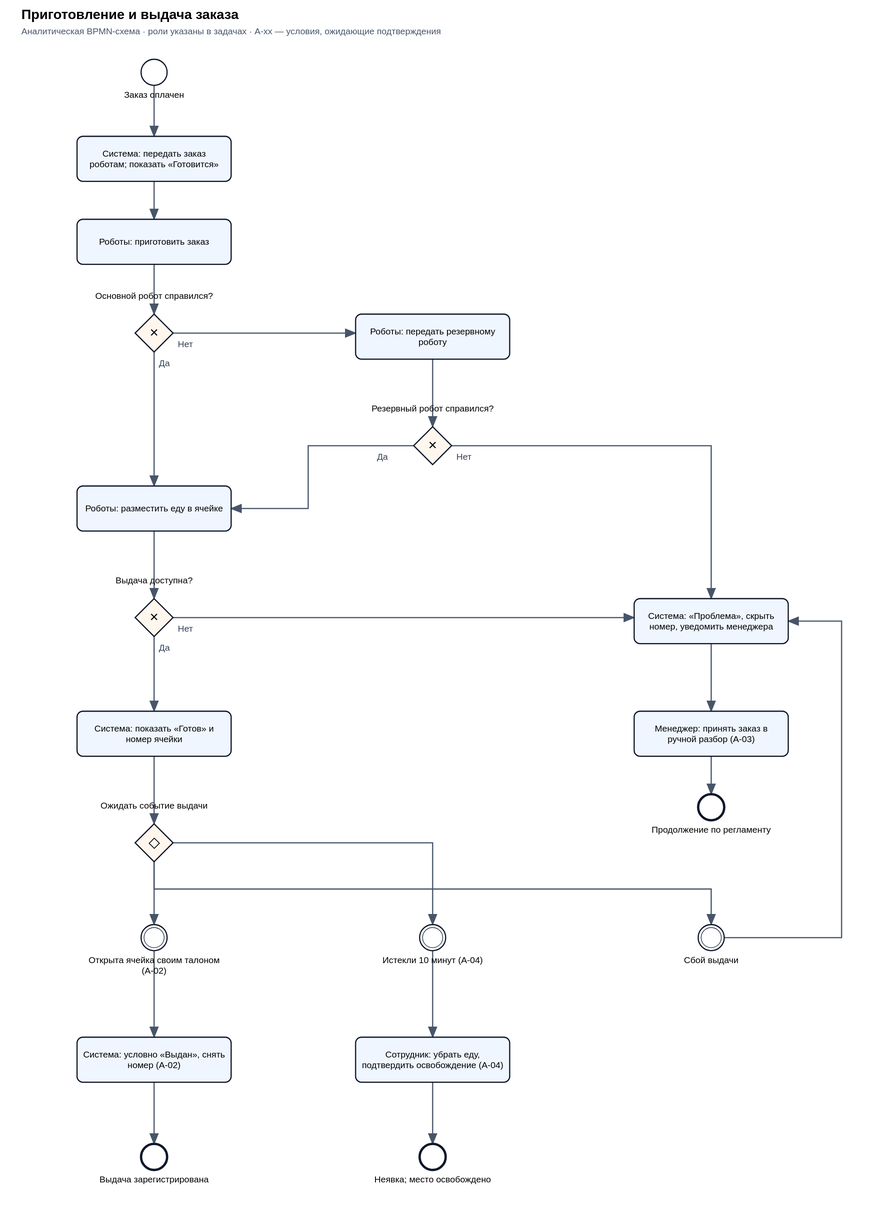
Above: docs/project/documentation/assets/bpmn-fulfillment.svg in n-leo-leo/restaurant-order-board (BPMN), before the change. Its source is kept beside it as docs/project/documentation/assets/bpmn-fulfillment.bpmn. Ids are renumbered.
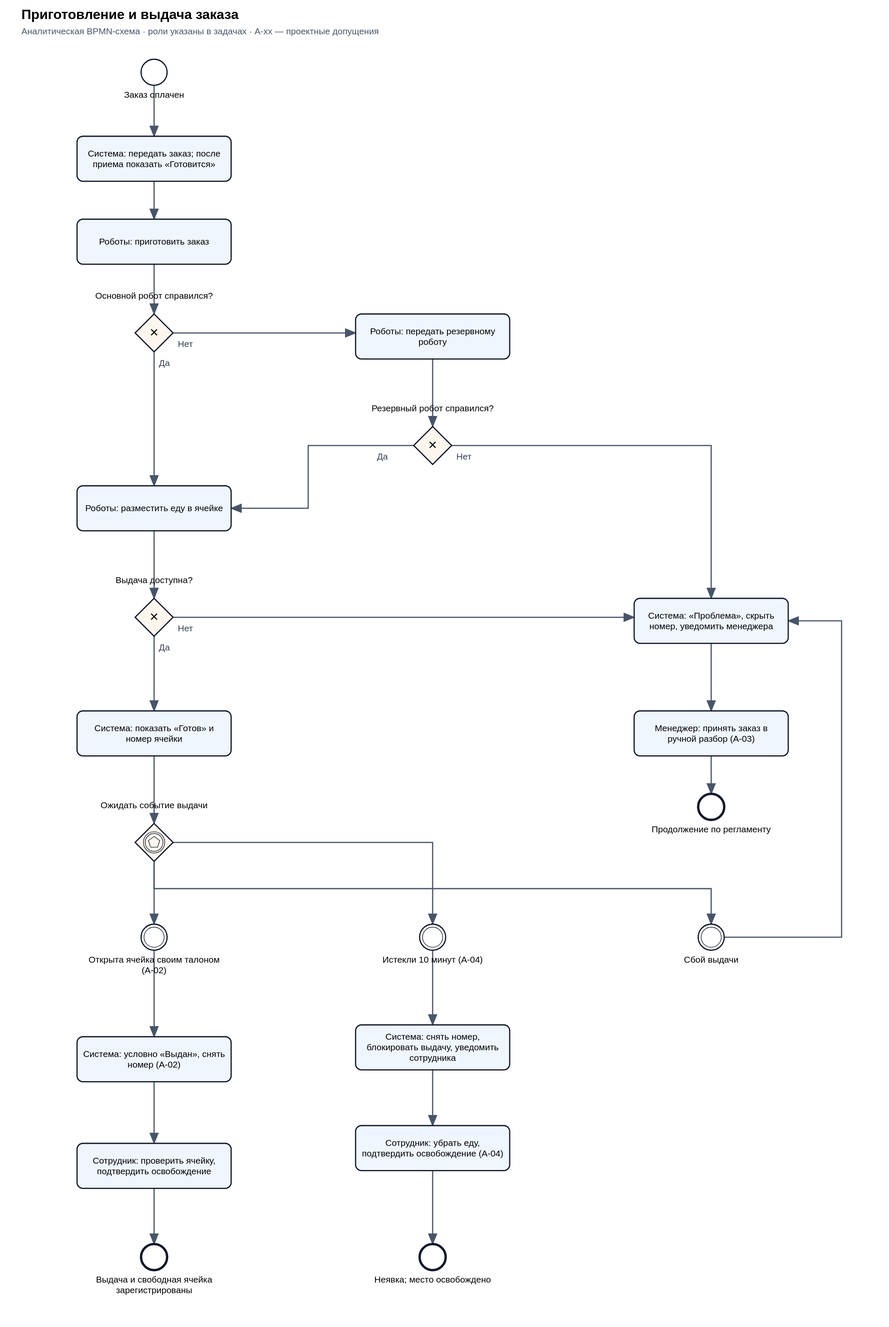
Later version of the same file.

The edit, as a diff of the source:
```diff
@@ -1,10 +1,10 @@
 <bpmn:definitions xmlns:bpmn="http://www.omg.org/spec/BPMN/20100524/MODEL" xmlns:bpmndi="http://www.omg.org/spec/BPMN/20100524/DI" xmlns:dc="http://www.omg.org/spec/DD/20100524/DC" xmlns:di="http://www.omg.org/spec/DD/20100524/DI" id="bpmn-fulfillment_defs" targetNamespace="https://restaurant.example/analysis">
   <bpmn:process id="bpmn-fulfillment" name="Приготовление и выдача заказа" isExecutable="false">
-    <bpmn:documentation>Аналитическая схема. Роль указана в названии задачи; дорожки не выделены. Условные правила A-xx требуют подтверждения. Это не исполняемая интеграционная модель.</bpmn:documentation>
+    <bpmn:documentation>Аналитическая схема. Роль указана в названии задачи; дорожки не выделены. Правила A-xx применяются в границах проектных допущений. Это не исполняемая интеграционная модель.</bpmn:documentation>
     <bpmn:startEvent id="p_start" name="Заказ оплачен">
       <bpmn:outgoing>Flow_bpmn-fulfillment_0</bpmn:outgoing>
     </bpmn:startEvent>
-    <bpmn:task id="p_send" name="Система: передать заказ роботам; показать «Готовится»">
+    <bpmn:task id="p_send" name="Система: передать заказ; после приема показать «Готовится»">
       <bpmn:incoming>Flow_bpmn-fulfillment_0</bpmn:incoming>
       <bpmn:outgoing>Flow_bpmn-fulfillment_1</bpmn:outgoing>
     </bpmn:task>
@@ -47,52 +47,60 @@
       <bpmn:outgoing>Flow_bpmn-fulfillment_14</bpmn:outgoing>
     </bpmn:eventBasedGateway>
     <bpmn:intermediateCatchEvent id="p_open" name="Открыта ячейка своим талоном (A-02)">
+      <bpmn:incoming>Flow_bpmn-fulfillment_12</bpmn:incoming>
+      <bpmn:outgoing>Flow_bpmn-fulfillment_15</bpmn:outgoing>
       <bpmn:conditionalEventDefinition id="p_open_def">
         <bpmn:condition>Открыта ячейка своим талоном (A-02)</bpmn:condition>
       </bpmn:conditionalEventDefinition>
-      <bpmn:incoming>Flow_bpmn-fulfillment_12</bpmn:incoming>
-      <bpmn:outgoing>Flow_bpmn-fulfillment_15</bpmn:outgoing>
     </bpmn:intermediateCatchEvent>
     <bpmn:intermediateCatchEvent id="p_timer" name="Истекли 10 минут (A-04)">
+      <bpmn:incoming>Flow_bpmn-fulfillment_13</bpmn:incoming>
+      <bpmn:outgoing>Flow_bpmn-fulfillment_18</bpmn:outgoing>
       <bpmn:timerEventDefinition id="p_timer_def">
         <bpmn:timeDuration>PT10M</bpmn:timeDuration>
       </bpmn:timerEventDefinition>
-      <bpmn:incoming>Flow_bpmn-fulfillment_13</bpmn:incoming>
-      <bpmn:outgoing>Flow_bpmn-fulfillment_17</bpmn:outgoing>
     </bpmn:intermediateCatchEvent>
     <bpmn:intermediateCatchEvent id="p_failure" name="Сбой выдачи">
+      <bpmn:incoming>Flow_bpmn-fulfillment_14</bpmn:incoming>
+      <bpmn:outgoing>Flow_bpmn-fulfillment_21</bpmn:outgoing>
       <bpmn:conditionalEventDefinition id="p_failure_def">
         <bpmn:condition>Сбой выдачи</bpmn:condition>
       </bpmn:conditionalEventDefinition>
-      <bpmn:incoming>Flow_bpmn-fulfillment_14</bpmn:incoming>
-      <bpmn:outgoing>Flow_bpmn-fulfillment_19</bpmn:outgoing>
     </bpmn:intermediateCatchEvent>
     <bpmn:task id="p_issued" name="Система: условно «Выдан», снять номер (A-02)">
       <bpmn:incoming>Flow_bpmn-fulfillment_15</bpmn:incoming>
       <bpmn:outgoing>Flow_bpmn-fulfillment_16</bpmn:outgoing>
     </bpmn:task>
+    <bpmn:task id="p_expirenotify" name="Система: снять номер, блокировать выдачу, уведомить сотрудника">
+      <bpmn:incoming>Flow_bpmn-fulfillment_18</bpmn:incoming>
+      <bpmn:outgoing>Flow_bpmn-fulfillment_19</bpmn:outgoing>
+    </bpmn:task>
     <bpmn:task id="p_clean" name="Сотрудник: убрать еду, подтвердить освобождение (A-04)">
+      <bpmn:incoming>Flow_bpmn-fulfillment_19</bpmn:incoming>
+      <bpmn:outgoing>Flow_bpmn-fulfillment_20</bpmn:outgoing>
+    </bpmn:task>
+    <bpmn:task id="p_verify" name="Сотрудник: проверить ячейку, подтвердить освобождение">
+      <bpmn:incoming>Flow_bpmn-fulfillment_16</bpmn:incoming>
+      <bpmn:outgoing>Flow_bpmn-fulfillment_17</bpmn:outgoing>
+    </bpmn:task>
+    <bpmn:endEvent id="p_end" name="Выдача и свободная ячейка зарегистрированы">
       <bpmn:incoming>Flow_bpmn-fulfillment_17</bpmn:incoming>
-      <bpmn:outgoing>Flow_bpmn-fulfillment_18</bpmn:outgoing>
-    </bpmn:task>
-    <bpmn:endEvent id="p_end" name="Выдача зарегистрирована">
-      <bpmn:incoming>Flow_bpmn-fulfillment_16</bpmn:incoming>
     </bpmn:endEvent>
     <bpmn:endEvent id="p_expired" name="Неявка; место освобождено">
-      <bpmn:incoming>Flow_bpmn-fulfillment_18</bpmn:incoming>
+      <bpmn:incoming>Flow_bpmn-fulfillment_20</bpmn:incoming>
     </bpmn:endEvent>
     <bpmn:task id="p_problem" name="Система: «Проблема», скрыть номер, уведомить менеджера">
       <bpmn:incoming>Flow_bpmn-fulfillment_7</bpmn:incoming>
       <bpmn:incoming>Flow_bpmn-fulfillment_10</bpmn:incoming>
-      <bpmn:incoming>Flow_bpmn-fulfillment_19</bpmn:incoming>
-      <bpmn:outgoing>Flow_bpmn-fulfillment_20</bpmn:outgoing>
+      <bpmn:incoming>Flow_bpmn-fulfillment_21</bpmn:incoming>
+      <bpmn:outgoing>Flow_bpmn-fulfillment_22</bpmn:outgoing>
     </bpmn:task>
     <bpmn:task id="p_manager" name="Менеджер: принять заказ в ручной разбор (A-03)">
-      <bpmn:incoming>Flow_bpmn-fulfillment_20</bpmn:incoming>
-      <bpmn:outgoing>Flow_bpmn-fulfillment_21</bpmn:outgoing>
+      <bpmn:incoming>Flow_bpmn-fulfillment_22</bpmn:incoming>
+      <bpmn:outgoing>Flow_bpmn-fulfillment_23</bpmn:outgoing>
     </bpmn:task>
     <bpmn:endEvent id="p_manualend" name="Продолжение по регламенту">
-      <bpmn:incoming>Flow_bpmn-fulfillment_21</bpmn:incoming>
+      <bpmn:incoming>Flow_bpmn-fulfillment_23</bpmn:incoming>
     </bpmn:endEvent>
     <bpmn:sequenceFlow id="Flow_bpmn-fulfillment_0" sourceRef="p_start" targetRef="p_send" />
     <bpmn:sequenceFlow id="Flow_bpmn-fulfillment_1" sourceRef="p_send" targetRef="p_cook" />
@@ -110,12 +118,14 @@
     <bpmn:sequenceFlow id="Flow_bpmn-fulfillment_13" sourceRef="p_wait" targetRef="p_timer" />
     <bpmn:sequenceFlow id="Flow_bpmn-fulfillment_14" sourceRef="p_wait" targetRef="p_failure" />
     <bpmn:sequenceFlow id="Flow_bpmn-fulfillment_15" sourceRef="p_open" targetRef="p_issued" />
-    <bpmn:sequenceFlow id="Flow_bpmn-fulfillment_16" sourceRef="p_issued" targetRef="p_end" />
-    <bpmn:sequenceFlow id="Flow_bpmn-fulfillment_17" sourceRef="p_timer" targetRef="p_clean" />
-    <bpmn:sequenceFlow id="Flow_bpmn-fulfillment_18" sourceRef="p_clean" targetRef="p_expired" />
-    <bpmn:sequenceFlow id="Flow_bpmn-fulfillment_19" sourceRef="p_failure" targetRef="p_problem" />
-    <bpmn:sequenceFlow id="Flow_bpmn-fulfillment_20" sourceRef="p_problem" targetRef="p_manager" />
-    <bpmn:sequenceFlow id="Flow_bpmn-fulfillment_21" sourceRef="p_manager" targetRef="p_manualend" />
+    <bpmn:sequenceFlow id="Flow_bpmn-fulfillment_16" sourceRef="p_issued" targetRef="p_verify" />
+    <bpmn:sequenceFlow id="Flow_bpmn-fulfillment_17" sourceRef="p_verify" targetRef="p_end" />
+    <bpmn:sequenceFlow id="Flow_bpmn-fulfillment_18" sourceRef="p_timer" targetRef="p_expirenotify" />
+    <bpmn:sequenceFlow id="Flow_bpmn-fulfillment_19" sourceRef="p_expirenotify" targetRef="p_clean" />
+    <bpmn:sequenceFlow id="Flow_bpmn-fulfillment_20" sourceRef="p_clean" targetRef="p_expired" />
+    <bpmn:sequenceFlow id="Flow_bpmn-fulfillment_21" sourceRef="p_failure" targetRef="p_problem" />
+    <bpmn:sequenceFlow id="Flow_bpmn-fulfillment_22" sourceRef="p_problem" targetRef="p_manager" />
+    <bpmn:sequenceFlow id="Flow_bpmn-fulfillment_23" sourceRef="p_manager" targetRef="p_manualend" />
   </bpmn:process>
   <bpmndi:BPMNDiagram id="bpmn-fulfillment_diagram">
     <bpmndi:BPMNPlane id="bpmn-fulfillment_plane" bpmnElement="bpmn-fulfillment">
@@ -212,24 +222,32 @@
         <di:waypoint x="260.0" y="1930" />
       </bpmndi:BPMNEdge>
       <bpmndi:BPMNEdge id="bpmn-fulfillment_edge_17" bpmnElement="Flow_bpmn-fulfillment_17">
-        <di:waypoint x="730.0" y="1604" />
-        <di:waypoint x="730.0" y="1750" />
+        <di:waypoint x="260.0" y="2006" />
+        <di:waypoint x="260.0" y="2100" />
       </bpmndi:BPMNEdge>
       <bpmndi:BPMNEdge id="bpmn-fulfillment_edge_18" bpmnElement="Flow_bpmn-fulfillment_18">
-        <di:waypoint x="730.0" y="1826" />
-        <di:waypoint x="730.0" y="1930" />
+        <di:waypoint x="730.0" y="1604" />
+        <di:waypoint x="730.0" y="1730" />
       </bpmndi:BPMNEdge>
       <bpmndi:BPMNEdge id="bpmn-fulfillment_edge_19" bpmnElement="Flow_bpmn-fulfillment_19">
+        <di:waypoint x="730.0" y="1806" />
+        <di:waypoint x="730.0" y="1900" />
+      </bpmndi:BPMNEdge>
+      <bpmndi:BPMNEdge id="bpmn-fulfillment_edge_20" bpmnElement="Flow_bpmn-fulfillment_20">
+        <di:waypoint x="730.0" y="1976" />
+        <di:waypoint x="730.0" y="2100" />
+      </bpmndi:BPMNEdge>
+      <bpmndi:BPMNEdge id="bpmn-fulfillment_edge_21" bpmnElement="Flow_bpmn-fulfillment_21">
         <di:waypoint x="1222" y="1582" />
         <di:waypoint x="1420" y="1582" />
         <di:waypoint x="1420" y="1048" />
         <di:waypoint x="1330" y="1048" />
       </bpmndi:BPMNEdge>
-      <bpmndi:BPMNEdge id="bpmn-fulfillment_edge_20" bpmnElement="Flow_bpmn-fulfillment_20">
+      <bpmndi:BPMNEdge id="bpmn-fulfillment_edge_22" bpmnElement="Flow_bpmn-fulfillment_22">
         <di:waypoint x="1200.0" y="1086" />
         <di:waypoint x="1200.0" y="1200" />
       </bpmndi:BPMNEdge>
-      <bpmndi:BPMNEdge id="bpmn-fulfillment_edge_21" bpmnElement="Flow_bpmn-fulfillment_21">
+      <bpmndi:BPMNEdge id="bpmn-fulfillment_edge_23" bpmnElement="Flow_bpmn-fulfillment_23">
         <di:waypoint x="1200.0" y="1276" />
         <di:waypoint x="1200.0" y="1340" />
       </bpmndi:BPMNEdge>
@@ -299,19 +317,25 @@
       <bpmndi:BPMNShape id="bpmn-fulfillment_shape_p_issued" bpmnElement="p_issued">
         <dc:Bounds x="130" y="1750" width="260" height="76" />
       </bpmndi:BPMNShape>
+      <bpmndi:BPMNShape id="bpmn-fulfillment_shape_p_expirenotify" bpmnElement="p_expirenotify">
+        <dc:Bounds x="600" y="1730" width="260" height="76" />
+      </bpmndi:BPMNShape>
       <bpmndi:BPMNShape id="bpmn-fulfillment_shape_p_clean" bpmnElement="p_clean">
-        <dc:Bounds x="600" y="1750" width="260" height="76" />
+        <dc:Bounds x="600" y="1900" width="260" height="76" />
+      </bpmndi:BPMNShape>
+      <bpmndi:BPMNShape id="bpmn-fulfillment_shape_p_verify" bpmnElement="p_verify">
+        <dc:Bounds x="130" y="1930" width="260" height="76" />
       </bpmndi:BPMNShape>
       <bpmndi:BPMNShape id="bpmn-fulfillment_shape_p_end" bpmnElement="p_end">
-        <dc:Bounds x="238" y="1930" width="44" height="44" />
+        <dc:Bounds x="238" y="2100" width="44" height="44" />
         <bpmndi:BPMNLabel>
-          <dc:Bounds x="146" y="1979" width="230" height="56" />
+          <dc:Bounds x="146" y="2149" width="230" height="56" />
         </bpmndi:BPMNLabel>
       </bpmndi:BPMNShape>
       <bpmndi:BPMNShape id="bpmn-fulfillment_shape_p_expired" bpmnElement="p_expired">
-        <dc:Bounds x="708" y="1930" width="44" height="44" />
+        <dc:Bounds x="708" y="2100" width="44" height="44" />
         <bpmndi:BPMNLabel>
-          <dc:Bounds x="616" y="1979" width="230" height="56" />
+          <dc:Bounds x="616" y="2149" width="230" height="56" />
         </bpmndi:BPMNLabel>
       </bpmndi:BPMNShape>
       <bpmndi:BPMNShape id="bpmn-fulfillment_shape_p_problem" bpmnElement="p_problem">
```
